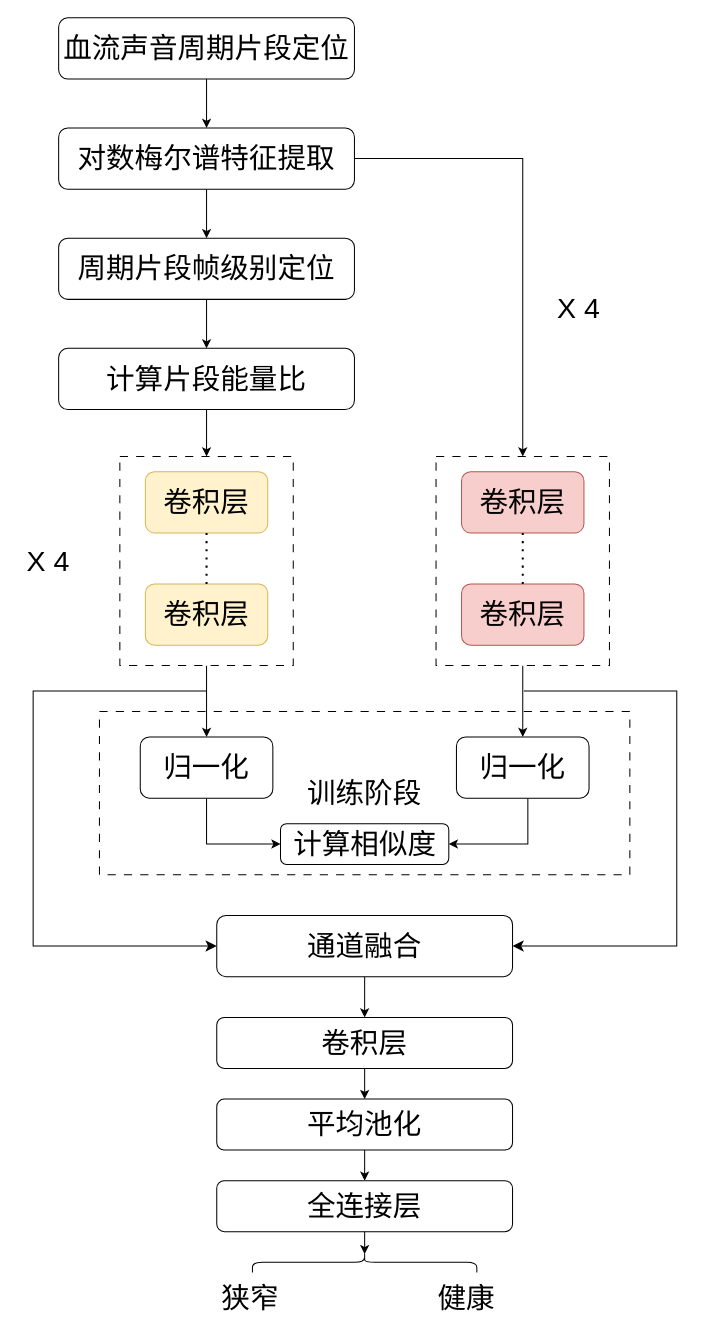
Above: 内瘘局部能量熵.drawio in lhwjsj/Diagram (draw.io), before the change. Source tidied: cells renumbered, new cells numbered last; positions are measured from the earlier drawing's top-left corner, leaving out a move shared by most shapes. Both pictures are drawn from the tidied source at 102%, with x=0, y=0 at pixel (17, 17).
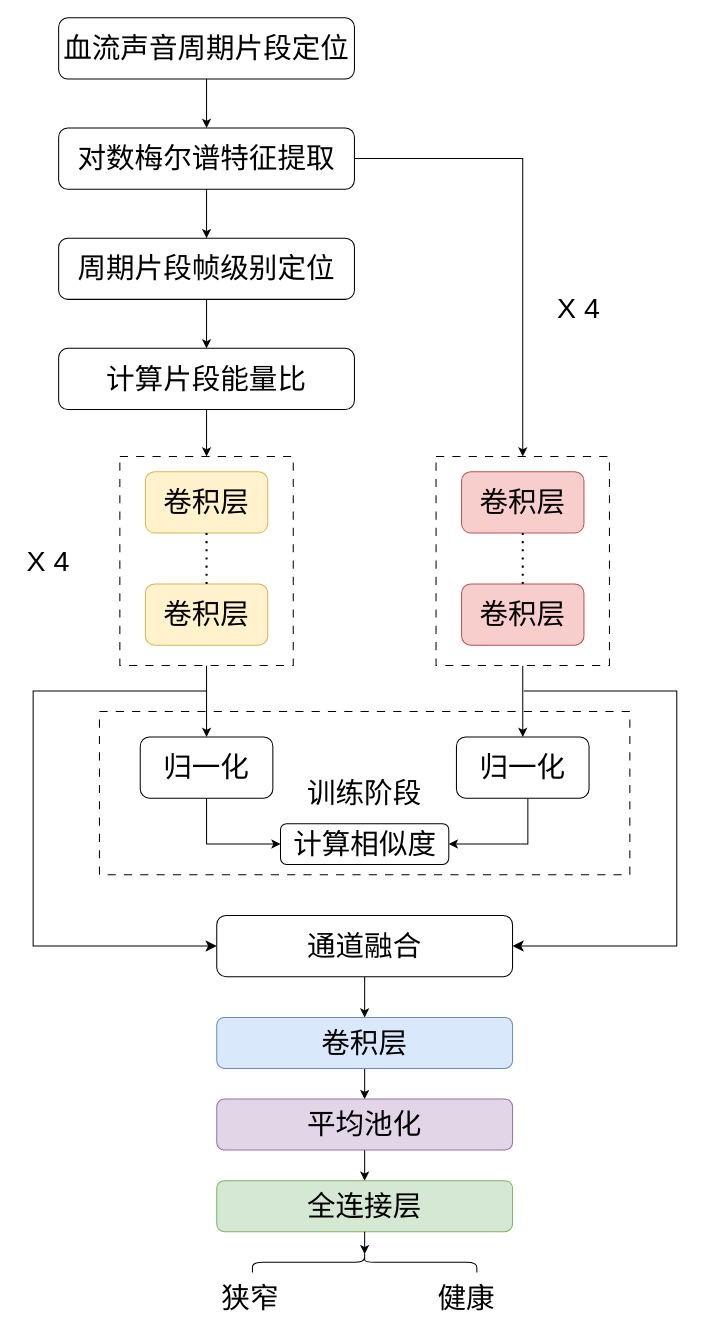
The same page after the edit.

Commit message (it also covers changes not shown here):
更新内瘘局部能量熵.drawio

Change to the diagram source:
```diff
@@
-    <mxCell id="34" value="&lt;font style=&quot;font-size: 28px;&quot;&gt;卷积层&lt;/font&gt;" style="rounded=1;whiteSpace=wrap;html=1;" parent="1" vertex="1">
+    <mxCell id="34" value="&lt;font style=&quot;font-size: 28px;&quot;&gt;卷积层&lt;/font&gt;" style="rounded=1;whiteSpace=wrap;html=1;fillColor=#dae8fc;strokeColor=#6c8ebf;" parent="1" vertex="1">
       <mxGeometry x="195" y="980" width="290" height="50" as="geometry" />
     </mxCell>
@@
-    <mxCell id="36" value="&lt;font style=&quot;font-size: 28px;&quot;&gt;平均池化&lt;/font&gt;" style="rounded=1;whiteSpace=wrap;html=1;" parent="1" vertex="1">
+    <mxCell id="36" value="&lt;font style=&quot;font-size: 28px;&quot;&gt;平均池化&lt;/font&gt;" style="rounded=1;whiteSpace=wrap;html=1;fillColor=#e1d5e7;strokeColor=#9673a6;" parent="1" vertex="1">
       <mxGeometry x="195" y="1060" width="290" height="50" as="geometry" />
     </mxCell>
-    <mxCell id="37" value="&lt;font style=&quot;font-size: 28px;&quot;&gt;全连接层&lt;/font&gt;" style="rounded=1;whiteSpace=wrap;html=1;" parent="1" vertex="1">
+    <mxCell id="37" value="&lt;font style=&quot;font-size: 28px;&quot;&gt;全连接层&lt;/font&gt;" style="rounded=1;whiteSpace=wrap;html=1;fillColor=#d5e8d4;strokeColor=#82b366;" parent="1" vertex="1">
       <mxGeometry x="195" y="1140" width="290" height="50" as="geometry" />
     </mxCell>
```
